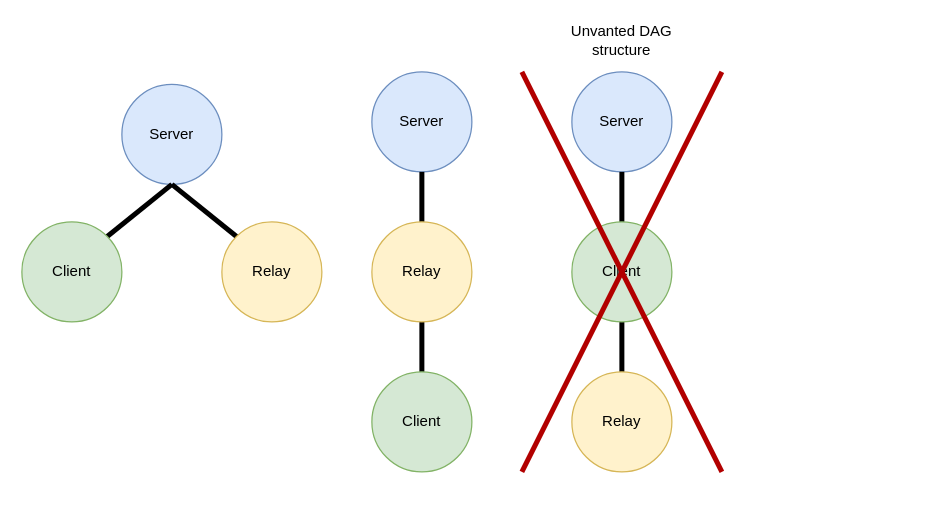
Above: DoDAG.drawio in HLLissau/Bachelor-tsch (draw.io), before the change. Source tidied: cells renumbered, new cells numbered last; positions are measured from the earlier drawing's top-left corner, leaving out a move shared by most shapes. Both pictures are drawn from the tidied source at 125%, with x=0, y=0 at pixel (21, 21).
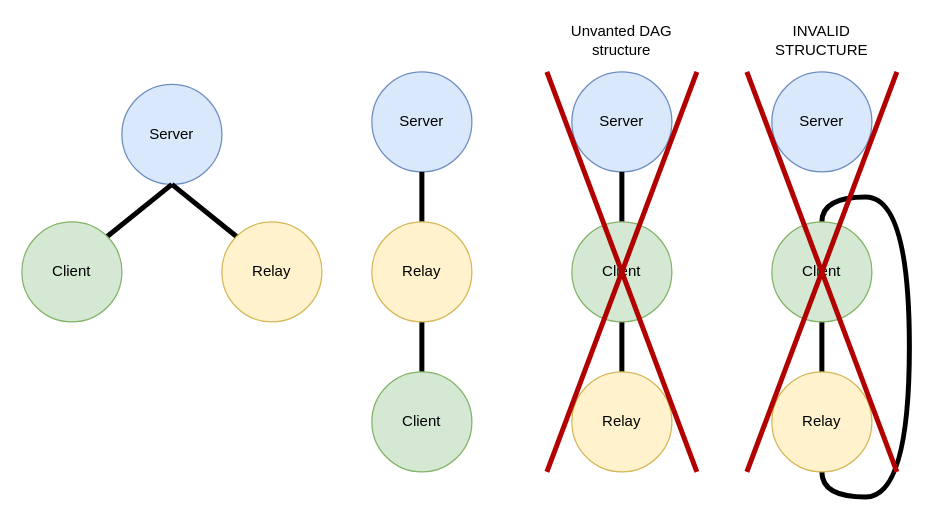
The same page after the edit.

The edit, as a diff of the source:
```diff
@@
     <mxCell id="17" style="endArrow=none;html=1;rounded=0;fillColor=#e51400;strokeColor=#B20000;strokeWidth=4;" parent="1" edge="1">
       <mxGeometry relative="1" as="geometry">
-        <mxPoint x="400" y="360" as="sourcePoint" />
-        <mxPoint x="560" y="40" as="targetPoint" />
+        <mxPoint x="420" y="360" as="sourcePoint" />
+        <mxPoint x="540" y="40" as="targetPoint" />
       </mxGeometry>
     </mxCell>
     <mxCell id="18" style="endArrow=none;html=1;rounded=0;fillColor=#e51400;strokeColor=#B20000;strokeWidth=4;" parent="1" edge="1">
       <mxGeometry relative="1" as="geometry">
-        <mxPoint x="560" y="360" as="sourcePoint" />
-        <mxPoint x="400" y="40" as="targetPoint" />
+        <mxPoint x="540" y="360" as="sourcePoint" />
+        <mxPoint x="420" y="40" as="targetPoint" />
       </mxGeometry>
     </mxCell>
@@
+    <mxCell id="20" value="Server" style="ellipse;whiteSpace=wrap;html=1;fillColor=#dae8fc;strokeColor=#6c8ebf;" parent="1" vertex="1">
+      <mxGeometry x="600" y="40" width="80" height="80" as="geometry" />
+    </mxCell>
+    <mxCell id="21" style="rounded=0;jettySize=auto;html=1;strokeWidth=4;endArrow=none;endFill=0;exitX=0.5;exitY=0;exitDx=0;exitDy=0;entryX=0.5;entryY=1;entryDx=0;entryDy=0;" parent="1" edge="1" source="23" target="24">
+      <mxGeometry relative="1" as="geometry" />
+    </mxCell>
+    <mxCell id="22" style="rounded=0;jettySize=auto;html=1;strokeWidth=4;endArrow=none;endFill=0;entryX=0.5;entryY=1;entryDx=0;entryDy=0;exitX=0.5;exitY=0;exitDx=0;exitDy=0;edgeStyle=orthogonalEdgeStyle;curved=1;" parent="1" edge="1" source="23" target="24">
+      <mxGeometry relative="1" as="geometry">
+        <Array as="points">
+          <mxPoint x="640" y="140" />
+          <mxPoint x="710" y="140" />
+          <mxPoint x="710" y="380" />
+          <mxPoint x="640" y="380" />
+        </Array>
+      </mxGeometry>
+    </mxCell>
+    <mxCell id="23" value="&lt;div&gt;Client&lt;/div&gt;" style="ellipse;whiteSpace=wrap;html=1;fillColor=#d5e8d4;strokeColor=#82b366;" parent="1" vertex="1">
+      <mxGeometry x="600" y="160" width="80" height="80" as="geometry" />
+    </mxCell>
+    <mxCell id="24" value="Relay" style="ellipse;whiteSpace=wrap;html=1;fillColor=#fff2cc;strokeColor=#d6b656;" parent="1" vertex="1">
+      <mxGeometry x="600" y="280" width="80" height="80" as="geometry" />
+    </mxCell>
+    <mxCell id="25" style="endArrow=none;html=1;rounded=0;fillColor=#e51400;strokeColor=#B20000;strokeWidth=4;" parent="1" edge="1">
+      <mxGeometry relative="1" as="geometry">
+        <mxPoint x="580" y="360" as="sourcePoint" />
+        <mxPoint x="700" y="40" as="targetPoint" />
+      </mxGeometry>
+    </mxCell>
+    <mxCell id="26" value="INVALID STRUCTURE" style="text;html=1;strokeColor=none;fillColor=none;align=center;verticalAlign=middle;whiteSpace=wrap;rounded=0;" parent="1" vertex="1">
+      <mxGeometry x="595" width="90" height="30" as="geometry" />
+    </mxCell>
+    <mxCell id="27" style="endArrow=none;html=1;rounded=0;fillColor=#e51400;strokeColor=#B20000;strokeWidth=4;" parent="1" edge="1">
+      <mxGeometry relative="1" as="geometry">
+        <mxPoint x="700" y="360" as="sourcePoint" />
+        <mxPoint x="580" y="40" as="targetPoint" />
+      </mxGeometry>
+    </mxCell>
```
